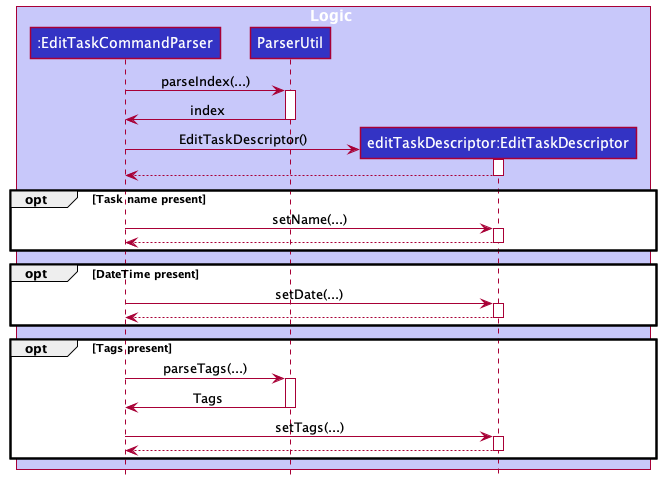
Earlier version of the PlantUML export docs/images/EditTaskDiagram/EditTaskSequenceDiagramState1.png (snss231/tp).
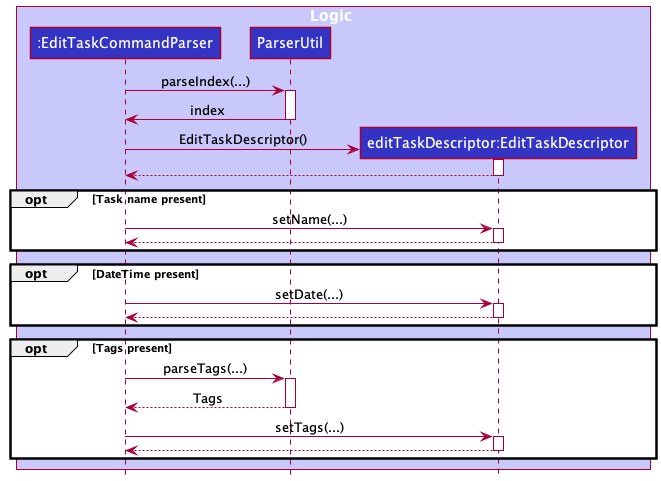
Later version of the same file.

What changed in the source:
```diff
@@ -6,6 +6,7 @@
 participant "ParserUtil" as ParserUtil LOGIC_COLOR
 participant "editTaskDescriptor:EditTaskDescriptor" as EditTaskDescriptor LOGIC_COLOR
 end box
+
 
 EditTaskCommandParser -> ParserUtil : parseIndex(...)
 activate ParserUtil
@@ -37,7 +38,7 @@
 opt Tags present
 EditTaskCommandParser -> ParserUtil : parseTags(...)
 activate ParserUtil
-ParserUtil -> EditTaskCommandParser : Tags
+ParserUtil --> EditTaskCommandParser : Tags
 deactivate ParserUtil
 EditTaskCommandParser -> EditTaskDescriptor : setTags(...)
 activate EditTaskDescriptor
```
